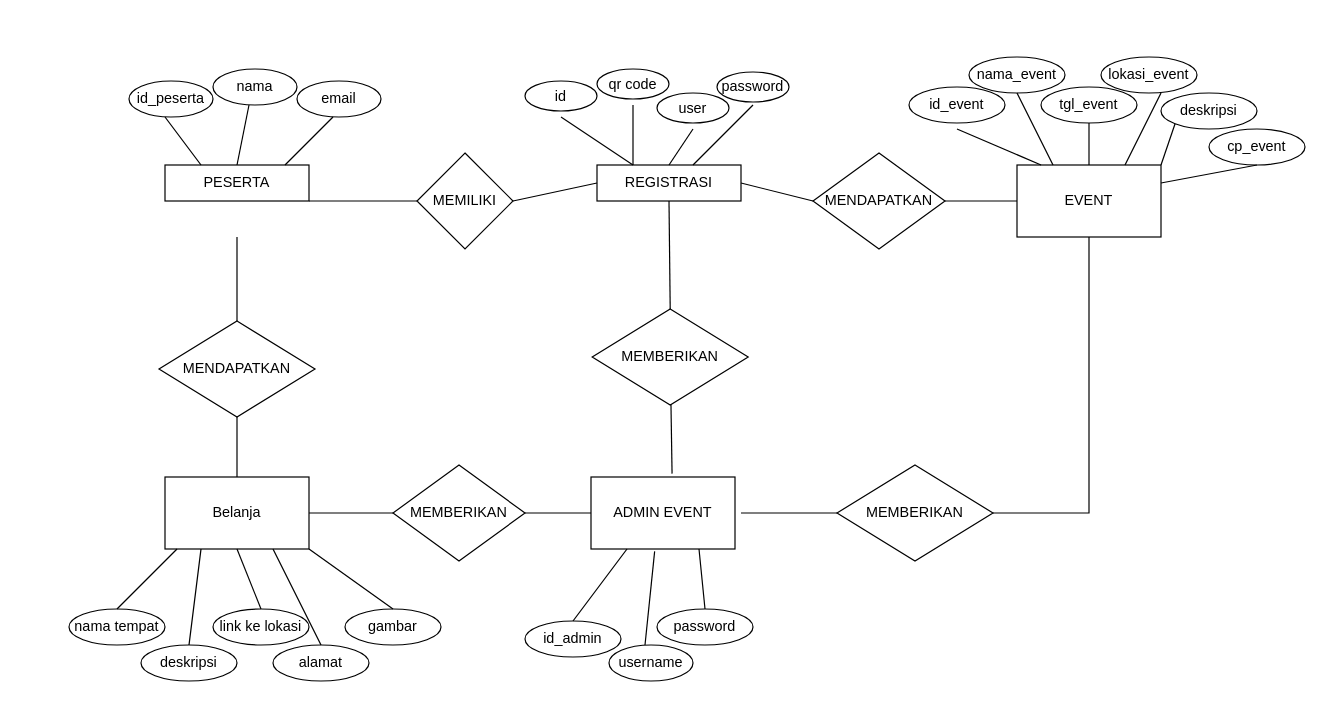
Before: diagram/citynet_dfd.drawio in kominfo-denpasar/drawio, a draw.io diagram. Source tidied: cells renumbered, new cells numbered last; positions are measured from the earlier drawing's top-left corner, leaving out a move shared by most shapes. Both pictures are drawn from the tidied source at 120%, with x=0, y=0 at pixel (68, 56).
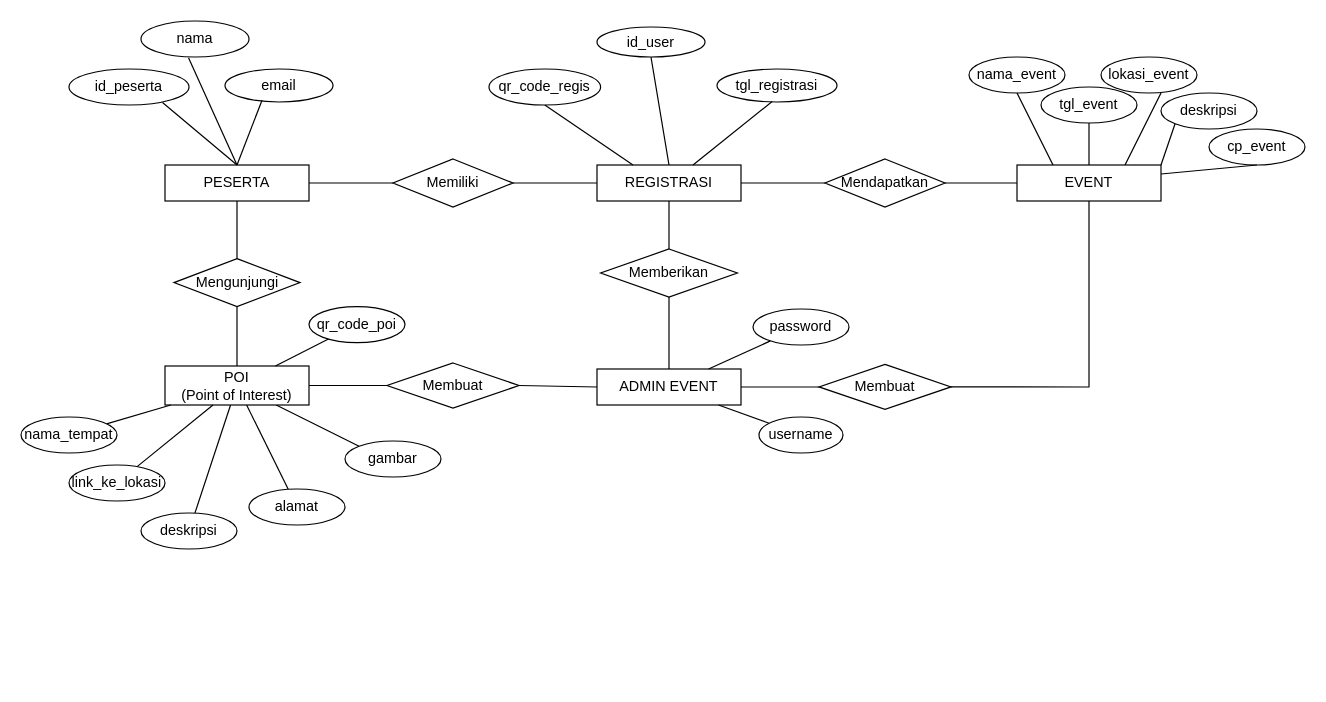
The same page after the edit.

The change refers to these unchanged cells:
```xml
<mxCell id="2" value="PESERTA" style="rounded=0;whiteSpace=wrap;html=1;" parent="1" vertex="1">
  <mxGeometry x="80" y="90" width="120" height="30" as="geometry" />
</mxCell>
<mxCell id="4" value="REGISTRASI" style="rounded=0;whiteSpace=wrap;html=1;" parent="1" vertex="1">
  <mxGeometry x="440" y="90" width="120" height="30" as="geometry" />
</mxCell>
```

The edit, as a diff of the source:
```diff
@@
-    <mxCell id="3" value="MEMILIKI" style="rhombus;whiteSpace=wrap;html=1;" parent="1" vertex="1">
-      <mxGeometry x="290" y="80" width="80" height="80" as="geometry" />
+    <mxCell id="3" value="Memiliki" style="rhombus;whiteSpace=wrap;html=1;" parent="1" vertex="1">
+      <mxGeometry x="270" y="85" width="100" height="40" as="geometry" />
     </mxCell>
@@
-    <mxCell id="5" style="endArrow=none;html=1;rounded=0;entryX=0;entryY=0.5;entryDx=0;entryDy=0;" parent="1" edge="1" target="3">
-      <mxGeometry relative="1" as="geometry">
-        <mxPoint x="200" y="120" as="sourcePoint" />
-      </mxGeometry>
+    <mxCell id="5" style="endArrow=none;html=1;rounded=0;entryX=0;entryY=0.5;entryDx=0;entryDy=0;exitX=1;exitY=0.5;exitDx=0;exitDy=0;" parent="1" edge="1" source="2" target="3">
+      <mxGeometry relative="1" as="geometry" />
     </mxCell>
     <mxCell id="6" value="id_peserta" style="ellipse;whiteSpace=wrap;html=1;" parent="1" vertex="1">
-      <mxGeometry x="50" y="20" width="70" height="30" as="geometry" />
+      <mxGeometry y="10" width="100" height="30" as="geometry" />
     </mxCell>
     <mxCell id="7" value="nama" style="ellipse;whiteSpace=wrap;html=1;" parent="1" vertex="1">
-      <mxGeometry x="120" y="10" width="70" height="30" as="geometry" />
+      <mxGeometry x="60" y="-30" width="90" height="30" as="geometry" />
     </mxCell>
     <mxCell id="8" value="email" style="ellipse;whiteSpace=wrap;html=1;" parent="1" vertex="1">
-      <mxGeometry x="190" y="20" width="70" height="30" as="geometry" />
+      <mxGeometry x="130" y="10" width="90" height="27.5" as="geometry" />
     </mxCell>
-    <mxCell id="9" style="endArrow=none;html=1;rounded=0;exitX=0.25;exitY=0;exitDx=0;exitDy=0;" parent="1" edge="1" source="2">
-      <mxGeometry relative="1" as="geometry">
-        <mxPoint x="80" y="50" as="targetPoint" />
-      </mxGeometry>
+    <mxCell id="9" style="endArrow=none;html=1;rounded=0;exitX=0.5;exitY=0;exitDx=0;exitDy=0;entryX=0.779;entryY=0.931;entryDx=0;entryDy=0;entryPerimeter=0;" parent="1" edge="1" source="2" target="6">
+      <mxGeometry relative="1" as="geometry" />
     </mxCell>
-    <mxCell id="10" style="endArrow=none;html=1;rounded=0;exitX=0.5;exitY=0;exitDx=0;exitDy=0;" parent="1" edge="1" source="2">
-      <mxGeometry relative="1" as="geometry">
-        <mxPoint x="150" y="40" as="targetPoint" />
-      </mxGeometry>
+    <mxCell id="10" style="endArrow=none;html=1;rounded=0;exitX=0.5;exitY=0;exitDx=0;exitDy=0;entryX=0.44;entryY=1.019;entryDx=0;entryDy=0;entryPerimeter=0;" parent="1" edge="1" source="2" target="7">
+      <mxGeometry relative="1" as="geometry" />
     </mxCell>
-    <mxCell id="11" style="endArrow=none;html=1;rounded=0;" parent="1" edge="1">
+    <mxCell id="11" style="endArrow=none;html=1;rounded=0;entryX=0.343;entryY=0.946;entryDx=0;entryDy=0;entryPerimeter=0;" parent="1" edge="1" target="8">
       <mxGeometry relative="1" as="geometry">
-        <mxPoint x="180" y="90" as="sourcePoint" />
-        <mxPoint x="220" y="50" as="targetPoint" />
+        <mxPoint x="140" y="90" as="sourcePoint" />
       </mxGeometry>
     </mxCell>
-    <mxCell id="12" style="endArrow=none;html=1;rounded=0;entryX=0;entryY=0.5;entryDx=0;entryDy=0;" parent="1" edge="1" target="4">
-      <mxGeometry relative="1" as="geometry">
-        <mxPoint x="370" y="120" as="sourcePoint" />
-      </mxGeometry>
+    <mxCell id="12" style="endArrow=none;html=1;rounded=0;entryX=0;entryY=0.5;entryDx=0;entryDy=0;exitX=1;exitY=0.5;exitDx=0;exitDy=0;" parent="1" edge="1" source="3" target="4">
+      <mxGeometry relative="1" as="geometry" />
     </mxCell>
-    <mxCell id="13" value="MENDAPATKAN" style="rhombus;whiteSpace=wrap;html=1;" parent="1" vertex="1">
-      <mxGeometry x="620" y="80" width="110" height="80" as="geometry" />
+    <mxCell id="13" value="Mendapatkan" style="rhombus;whiteSpace=wrap;html=1;" parent="1" vertex="1">
+      <mxGeometry x="630" y="85" width="100" height="40" as="geometry" />
     </mxCell>
     <mxCell id="14" value="EVENT" style="rounded=0;whiteSpace=wrap;html=1;" parent="1" vertex="1">
-      <mxGeometry x="790" y="90" width="120" height="60" as="geometry" />
+      <mxGeometry x="790" y="90" width="120" height="30" as="geometry" />
     </mxCell>
@@
-    <mxCell id="16" style="endArrow=none;html=1;rounded=0;" parent="1" edge="1">
-      <mxGeometry relative="1" as="geometry">
-        <mxPoint x="730" y="120" as="sourcePoint" />
-        <mxPoint x="790" y="120" as="targetPoint" />
-      </mxGeometry>
+    <mxCell id="16" style="endArrow=none;html=1;rounded=0;exitX=1;exitY=0.5;exitDx=0;exitDy=0;entryX=0;entryY=0.5;entryDx=0;entryDy=0;" parent="1" edge="1" source="13" target="14">
+      <mxGeometry relative="1" as="geometry" />
     </mxCell>
-    <mxCell id="17" value="id" style="ellipse;whiteSpace=wrap;html=1;" parent="1" vertex="1">
-      <mxGeometry x="380" y="20" width="60" height="25" as="geometry" />
-    </mxCell>
-    <mxCell id="18" value="qr code" style="ellipse;whiteSpace=wrap;html=1;" parent="1" vertex="1">
-      <mxGeometry x="440" y="10" width="60" height="25" as="geometry" />
+    <mxCell id="18" value="qr_code_regis" style="ellipse;whiteSpace=wrap;html=1;" parent="1" vertex="1">
+      <mxGeometry x="350" y="10" width="93" height="30" as="geometry" />
     </mxCell>
-    <mxCell id="19" value="user" style="ellipse;whiteSpace=wrap;html=1;" parent="1" vertex="1">
-      <mxGeometry x="490" y="30" width="60" height="25" as="geometry" />
+    <mxCell id="19" value="id_user" style="ellipse;whiteSpace=wrap;html=1;" parent="1" vertex="1">
+      <mxGeometry x="440" y="-25" width="90" height="25" as="geometry" />
     </mxCell>
-    <mxCell id="20" value="password" style="ellipse;whiteSpace=wrap;html=1;" parent="1" vertex="1">
-      <mxGeometry x="540" y="12.5" width="60" height="25" as="geometry" />
+    <mxCell id="20" value="tgl_registrasi" style="ellipse;whiteSpace=wrap;html=1;" parent="1" vertex="1">
+      <mxGeometry x="540" y="10" width="100" height="27.5" as="geometry" />
     </mxCell>
-    <mxCell id="21" style="endArrow=none;html=1;rounded=0;exitX=0.25;exitY=0;exitDx=0;exitDy=0;" parent="1" edge="1" source="4">
-      <mxGeometry relative="1" as="geometry">
-        <mxPoint x="410" y="50" as="targetPoint" />
-      </mxGeometry>
-    </mxCell>
-    <mxCell id="22" style="endArrow=none;html=1;rounded=0;exitX=0.25;exitY=0;exitDx=0;exitDy=0;" parent="1" edge="1" source="4">
-      <mxGeometry relative="1" as="geometry">
-        <mxPoint x="470" y="40" as="targetPoint" />
-      </mxGeometry>
+    <mxCell id="22" style="endArrow=none;html=1;rounded=0;exitX=0.25;exitY=0;exitDx=0;exitDy=0;entryX=0.5;entryY=1;entryDx=0;entryDy=0;" parent="1" edge="1" source="4" target="18">
+      <mxGeometry relative="1" as="geometry" />
     </mxCell>
-    <mxCell id="23" style="endArrow=none;html=1;rounded=0;exitX=0.5;exitY=0;exitDx=0;exitDy=0;" parent="1" edge="1" source="4">
-      <mxGeometry relative="1" as="geometry">
-        <mxPoint x="520" y="60" as="targetPoint" />
-      </mxGeometry>
+    <mxCell id="23" style="endArrow=none;html=1;rounded=0;exitX=0.5;exitY=0;exitDx=0;exitDy=0;entryX=0.5;entryY=1;entryDx=0;entryDy=0;" parent="1" edge="1" source="4" target="19">
+      <mxGeometry relative="1" as="geometry" />
     </mxCell>
-    <mxCell id="24" style="endArrow=none;html=1;rounded=0;" parent="1" edge="1">
+    <mxCell id="24" style="endArrow=none;html=1;rounded=0;entryX=0.46;entryY=0.986;entryDx=0;entryDy=0;entryPerimeter=0;" parent="1" edge="1" target="20">
       <mxGeometry relative="1" as="geometry">
         <mxPoint x="520" y="90" as="sourcePoint" />
-        <mxPoint x="570" y="40" as="targetPoint" />
       </mxGeometry>
     </mxCell>
-    <mxCell id="25" value="MENDAPATKAN" style="rhombus;whiteSpace=wrap;html=1;" parent="1" vertex="1">
-      <mxGeometry x="75" y="220" width="130" height="80" as="geometry" />
+    <mxCell id="25" value="Mengunjungi" style="rhombus;whiteSpace=wrap;html=1;" parent="1" vertex="1">
+      <mxGeometry x="87.5" y="168" width="105" height="40" as="geometry" />
     </mxCell>
+    <mxCell id="67" style="edgeStyle=orthogonalEdgeStyle;rounded=0;jettySize=auto;html=1;entryX=0.5;entryY=1;entryDx=0;entryDy=0;endArrow=none;endFill=0;" parent="1" edge="1" source="26" target="25">
+      <mxGeometry relative="1" as="geometry" />
+    </mxCell>
+    <mxCell id="68" style="rounded=0;jettySize=auto;html=1;entryX=0;entryY=0;entryDx=0;entryDy=0;endArrow=none;endFill=0;" parent="1" edge="1" source="26" target="65">
+      <mxGeometry relative="1" as="geometry" />
+    </mxCell>
+    <mxCell id="69" style="rounded=0;jettySize=auto;html=1;endArrow=none;endFill=0;" parent="1" edge="1" source="26" target="54">
+      <mxGeometry relative="1" as="geometry" />
+    </mxCell>
+    <mxCell id="70" style="rounded=0;jettySize=auto;html=1;endArrow=none;endFill=0;" parent="1" edge="1" source="26" target="52">
+      <mxGeometry relative="1" as="geometry" />
+    </mxCell>
-    <mxCell id="26" value="Belanja" style="rounded=0;whiteSpace=wrap;html=1;" parent="1" vertex="1">
-      <mxGeometry x="80" y="350" width="120" height="60" as="geometry" />
+    <mxCell id="26" value="POI&lt;div&gt;(Point of Interest)&lt;/div&gt;" style="rounded=0;whiteSpace=wrap;html=1;" parent="1" vertex="1">
+      <mxGeometry x="80" y="257.5" width="120" height="32.5" as="geometry" />
     </mxCell>
-    <mxCell id="27" value="MEMBERIKAN" style="rhombus;whiteSpace=wrap;html=1;" parent="1" vertex="1">
-      <mxGeometry x="270" y="340" width="110" height="80" as="geometry" />
+    <mxCell id="27" value="Membuat" style="rhombus;whiteSpace=wrap;html=1;" parent="1" vertex="1">
+      <mxGeometry x="265" y="255" width="110" height="37.5" as="geometry" />
     </mxCell>
+    <mxCell id="71" style="edgeStyle=orthogonalEdgeStyle;rounded=0;jettySize=auto;html=1;entryX=0.5;entryY=1;entryDx=0;entryDy=0;endArrow=none;endFill=0;" parent="1" edge="1" source="28" target="30">
+      <mxGeometry relative="1" as="geometry" />
+    </mxCell>
     <mxCell id="28" value="ADMIN EVENT" style="rounded=0;whiteSpace=wrap;html=1;" parent="1" vertex="1">
-      <mxGeometry x="435" y="350" width="120" height="60" as="geometry" />
+      <mxGeometry x="440" y="260" width="120" height="30" as="geometry" />
     </mxCell>
+    <mxCell id="72" style="edgeStyle=orthogonalEdgeStyle;rounded=0;jettySize=auto;html=1;endArrow=none;endFill=0;" parent="1" edge="1" source="29" target="28">
+      <mxGeometry relative="1" as="geometry" />
+    </mxCell>
-    <mxCell id="29" value="MEMBERIKAN" style="rhombus;whiteSpace=wrap;html=1;" parent="1" vertex="1">
-      <mxGeometry x="640" y="340" width="130" height="80" as="geometry" />
+    <mxCell id="29" value="Membuat" style="rhombus;whiteSpace=wrap;html=1;" parent="1" vertex="1">
+      <mxGeometry x="625" y="256.2" width="110" height="37.5" as="geometry" />
     </mxCell>
-    <mxCell id="30" value="MEMBERIKAN" style="rhombus;whiteSpace=wrap;html=1;" parent="1" vertex="1">
-      <mxGeometry x="436" y="210" width="130" height="80" as="geometry" />
+    <mxCell id="30" value="Memberikan" style="rhombus;whiteSpace=wrap;html=1;" parent="1" vertex="1">
+      <mxGeometry x="443" y="160" width="114" height="40" as="geometry" />
     </mxCell>
-    <mxCell id="31" style="endArrow=none;html=1;rounded=0;exitX=0.5;exitY=0;exitDx=0;exitDy=0;" parent="1" edge="1" source="25">
-      <mxGeometry relative="1" as="geometry">
-        <mxPoint x="140" y="150" as="targetPoint" />
-      </mxGeometry>
+    <mxCell id="31" style="endArrow=none;html=1;rounded=0;exitX=0.5;exitY=0;exitDx=0;exitDy=0;entryX=0.5;entryY=1;entryDx=0;entryDy=0;" parent="1" edge="1" source="25" target="2">
+      <mxGeometry relative="1" as="geometry" />
     </mxCell>
-    <mxCell id="32" style="endArrow=none;html=1;rounded=0;" parent="1" edge="1">
-      <mxGeometry relative="1" as="geometry">
-        <mxPoint x="140" y="350" as="sourcePoint" />
-        <mxPoint x="140" y="300" as="targetPoint" />
-      </mxGeometry>
-    </mxCell>
-    <mxCell id="33" style="endArrow=none;html=1;rounded=0;entryX=0;entryY=0.5;entryDx=0;entryDy=0;" parent="1" edge="1" target="27">
-      <mxGeometry relative="1" as="geometry">
-        <mxPoint x="200" y="380" as="sourcePoint" />
-      </mxGeometry>
+    <mxCell id="33" style="endArrow=none;html=1;rounded=0;entryX=0;entryY=0.5;entryDx=0;entryDy=0;exitX=1;exitY=0.5;exitDx=0;exitDy=0;" parent="1" edge="1" source="26" target="27">
+      <mxGeometry relative="1" as="geometry" />
     </mxCell>
-    <mxCell id="34" style="endArrow=none;html=1;rounded=0;entryX=0;entryY=0.5;entryDx=0;entryDy=0;" parent="1" edge="1" target="28">
-      <mxGeometry relative="1" as="geometry">
-        <mxPoint x="380" y="380" as="sourcePoint" />
-      </mxGeometry>
+    <mxCell id="34" style="endArrow=none;html=1;rounded=0;entryX=0;entryY=0.5;entryDx=0;entryDy=0;exitX=1;exitY=0.5;exitDx=0;exitDy=0;" parent="1" edge="1" source="27" target="28">
+      <mxGeometry relative="1" as="geometry" />
     </mxCell>
-    <mxCell id="35" style="endArrow=none;html=1;rounded=0;entryX=0;entryY=0.5;entryDx=0;entryDy=0;" parent="1" edge="1" target="29">
-      <mxGeometry relative="1" as="geometry">
-        <mxPoint x="560" y="380" as="sourcePoint" />
-      </mxGeometry>
-    </mxCell>
-    <mxCell id="36" style="endArrow=none;html=1;rounded=0;entryX=0.563;entryY=-0.047;entryDx=0;entryDy=0;entryPerimeter=0;" parent="1" edge="1" source="30" target="28">
-      <mxGeometry relative="1" as="geometry" />
-    </mxCell>
@@
-    <mxCell id="38" style="endArrow=none;html=1;rounded=0;entryX=0.5;entryY=1;entryDx=0;entryDy=0;" parent="1" edge="1" target="14">
+    <mxCell id="38" style="endArrow=none;html=1;rounded=0;entryX=0.5;entryY=1;entryDx=0;entryDy=0;exitX=1;exitY=0.5;exitDx=0;exitDy=0;" parent="1" edge="1" source="29" target="14">
       <mxGeometry relative="1" as="geometry">
-        <mxPoint x="770" y="380" as="sourcePoint" />
         <Array as="points">
-          <mxPoint x="850" y="380" />
+          <mxPoint x="850" y="275" />
         </Array>
       </mxGeometry>
     </mxCell>
-    <mxCell id="39" value="id_event" style="ellipse;whiteSpace=wrap;html=1;" parent="1" vertex="1">
-      <mxGeometry x="700" y="25" width="80" height="30" as="geometry" />
-    </mxCell>
@@
-    <mxCell id="45" style="endArrow=none;html=1;rounded=0;exitX=0.167;exitY=0;exitDx=0;exitDy=0;exitPerimeter=0;" parent="1" edge="1" source="14">
-      <mxGeometry relative="1" as="geometry">
-        <mxPoint x="740" y="60" as="targetPoint" />
-      </mxGeometry>
-    </mxCell>
@@
+    <mxCell id="73" style="rounded=0;jettySize=auto;html=1;endArrow=none;endFill=0;" parent="1" edge="1" source="51" target="26">
+      <mxGeometry relative="1" as="geometry" />
+    </mxCell>
-    <mxCell id="51" value="nama tempat" style="ellipse;whiteSpace=wrap;html=1;" parent="1" vertex="1">
-      <mxGeometry y="460" width="80" height="30" as="geometry" />
+    <mxCell id="51" value="nama_tempat" style="ellipse;whiteSpace=wrap;html=1;" parent="1" vertex="1">
+      <mxGeometry x="-40" y="300" width="80" height="30" as="geometry" />
     </mxCell>
     <mxCell id="52" value="deskripsi" style="ellipse;whiteSpace=wrap;html=1;" parent="1" vertex="1">
-      <mxGeometry x="60" y="490" width="80" height="30" as="geometry" />
+      <mxGeometry x="60" y="380" width="80" height="30" as="geometry" />
     </mxCell>
+    <mxCell id="74" style="rounded=0;jettySize=auto;html=1;endArrow=none;endFill=0;" parent="1" edge="1" source="53" target="26">
+      <mxGeometry relative="1" as="geometry" />
+    </mxCell>
-    <mxCell id="53" value="link ke lokasi" style="ellipse;whiteSpace=wrap;html=1;" parent="1" vertex="1">
-      <mxGeometry x="120" y="460" width="80" height="30" as="geometry" />
+    <mxCell id="53" value="link_ke_lokasi" style="ellipse;whiteSpace=wrap;html=1;" parent="1" vertex="1">
+      <mxGeometry y="340" width="80" height="30" as="geometry" />
     </mxCell>
     <mxCell id="54" value="alamat" style="ellipse;whiteSpace=wrap;html=1;" parent="1" vertex="1">
-      <mxGeometry x="170" y="490" width="80" height="30" as="geometry" />
+      <mxGeometry x="150" y="360" width="80" height="30" as="geometry" />
     </mxCell>
-    <mxCell id="55" style="endArrow=none;html=1;rounded=0;" parent="1" edge="1">
-      <mxGeometry relative="1" as="geometry">
-        <mxPoint x="40" y="460" as="sourcePoint" />
-        <mxPoint x="90" y="410" as="targetPoint" />
-      </mxGeometry>
-    </mxCell>
-    <mxCell id="56" style="endArrow=none;html=1;rounded=0;entryX=0.25;entryY=1;entryDx=0;entryDy=0;" parent="1" edge="1" target="26">
-      <mxGeometry relative="1" as="geometry">
-        <mxPoint x="100" y="490" as="sourcePoint" />
-      </mxGeometry>
-    </mxCell>
-    <mxCell id="57" style="endArrow=none;html=1;rounded=0;entryX=0.5;entryY=1;entryDx=0;entryDy=0;" parent="1" edge="1" target="26">
-      <mxGeometry relative="1" as="geometry">
-        <mxPoint x="160" y="460" as="sourcePoint" />
-      </mxGeometry>
-    </mxCell>
-    <mxCell id="58" style="endArrow=none;html=1;rounded=0;entryX=0.75;entryY=1;entryDx=0;entryDy=0;" parent="1" edge="1" target="26">
-      <mxGeometry relative="1" as="geometry">
-        <mxPoint x="210" y="490" as="sourcePoint" />
-      </mxGeometry>
-    </mxCell>
-    <mxCell id="59" value="id_admin" style="ellipse;whiteSpace=wrap;html=1;" parent="1" vertex="1">
-      <mxGeometry x="380" y="470" width="80" height="30" as="geometry" />
-    </mxCell>
+    <mxCell id="75" style="rounded=0;jettySize=auto;html=1;endArrow=none;endFill=0;" parent="1" edge="1" source="60" target="28">
+      <mxGeometry relative="1" as="geometry" />
+    </mxCell>
     <mxCell id="60" value="username" style="ellipse;whiteSpace=wrap;html=1;" parent="1" vertex="1">
-      <mxGeometry x="450" y="490" width="70" height="30" as="geometry" />
+      <mxGeometry x="575" y="300" width="70" height="30" as="geometry" />
     </mxCell>
+    <mxCell id="76" style="rounded=0;jettySize=auto;html=1;endArrow=none;endFill=0;" parent="1" edge="1" source="61" target="28">
+      <mxGeometry relative="1" as="geometry" />
+    </mxCell>
     <mxCell id="61" value="password" style="ellipse;whiteSpace=wrap;html=1;" parent="1" vertex="1">
-      <mxGeometry x="490" y="460" width="80" height="30" as="geometry" />
+      <mxGeometry x="570" y="210" width="80" height="30" as="geometry" />
     </mxCell>
-    <mxCell id="62" style="endArrow=none;html=1;rounded=0;entryX=0.25;entryY=1;entryDx=0;entryDy=0;" parent="1" edge="1" target="28">
-      <mxGeometry relative="1" as="geometry">
-        <mxPoint x="420" y="470" as="sourcePoint" />
-      </mxGeometry>
-    </mxCell>
-    <mxCell id="63" style="endArrow=none;html=1;rounded=0;entryX=0.442;entryY=1.033;entryDx=0;entryDy=0;entryPerimeter=0;" parent="1" edge="1" target="28">
-      <mxGeometry relative="1" as="geometry">
-        <mxPoint x="480" y="490" as="sourcePoint" />
-      </mxGeometry>
-    </mxCell>
-    <mxCell id="64" style="endArrow=none;html=1;rounded=0;entryX=0.75;entryY=1;entryDx=0;entryDy=0;" parent="1" edge="1" target="28">
-      <mxGeometry relative="1" as="geometry">
-        <mxPoint x="530" y="460" as="sourcePoint" />
-      </mxGeometry>
-    </mxCell>
     <mxCell id="65" value="gambar" style="ellipse;whiteSpace=wrap;html=1;" parent="1" vertex="1">
-      <mxGeometry x="230" y="460" width="80" height="30" as="geometry" />
+      <mxGeometry x="230" y="320" width="80" height="30" as="geometry" />
     </mxCell>
-    <mxCell id="66" style="endArrow=none;html=1;rounded=0;entryX=1;entryY=1;entryDx=0;entryDy=0;" parent="1" edge="1" target="26">
-      <mxGeometry relative="1" as="geometry">
-        <mxPoint x="270" y="460" as="sourcePoint" />
-      </mxGeometry>
-    </mxCell>
+    <mxCell id="77" style="rounded=0;jettySize=auto;html=1;endArrow=none;endFill=0;" parent="1" edge="1" source="78" target="26">
+      <mxGeometry relative="1" as="geometry" />
+    </mxCell>
+    <mxCell id="78" value="qr_code_poi" style="ellipse;whiteSpace=wrap;html=1;" parent="1" vertex="1">
+      <mxGeometry x="200" y="208" width="80" height="30" as="geometry" />
+    </mxCell>
```
